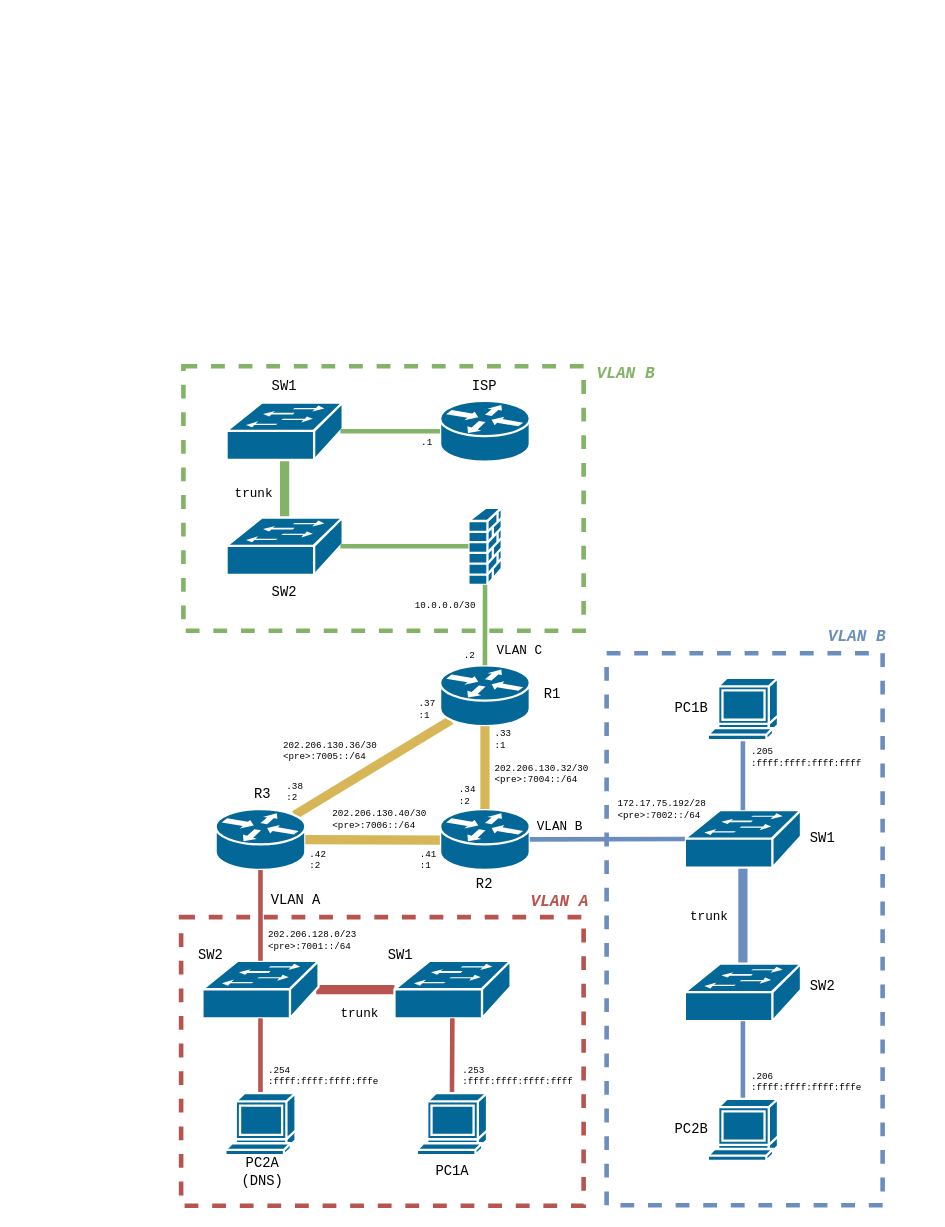
This is l3_topologie_s_adresami.drawio from phatt-23/web, a draw.io file, before an edit. Source tidied: cells renumbered, new cells numbered last; positions are measured from the earlier drawing's top-left corner, leaving out a move shared by most shapes. Both pictures are drawn from the tidied source at 115%, with x=0, y=0 at pixel (176, 356).
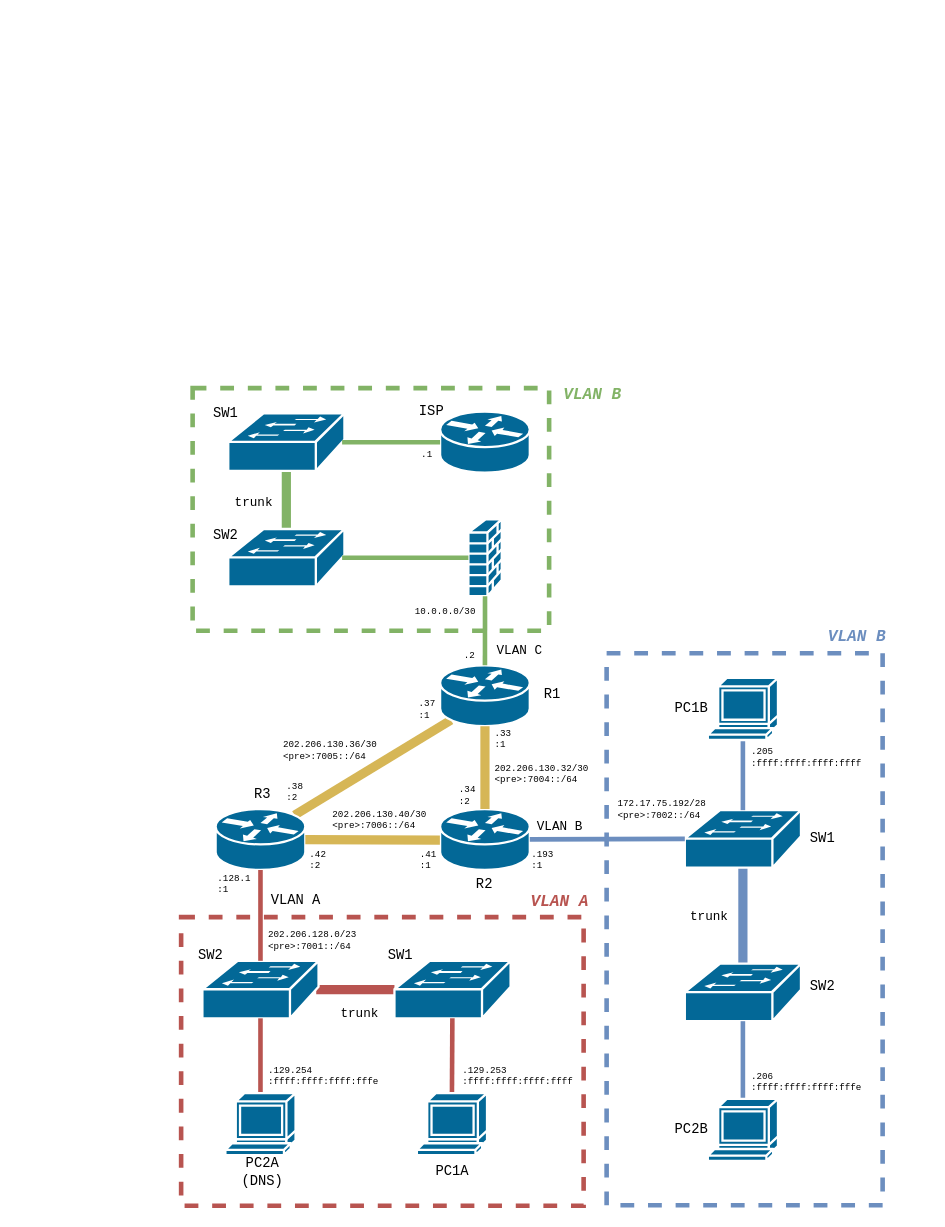
Above is the later version.

Diff of the diagram source:
```diff
@@
     <mxCell id="3" style="rounded=0;whiteSpace=wrap;html=1;fillColor=none;strokeWidth=4;dashed=1;strokeColor=#82b366;" parent="1" vertex="1">
-      <mxGeometry x="6" y="8" width="348" height="230" as="geometry" />
+      <mxGeometry x="14" y="27" width="310" height="211" as="geometry" />
     </mxCell>
@@
     <mxCell id="8" style="shape=mxgraph.cisco.security.firewall;sketch=0;html=1;dashed=0;fillColor=#036897;strokeColor=#ffffff;strokeWidth=2;verticalLabelPosition=bottom;verticalAlign=top;align=center;outlineConnect=0;" parent="1" vertex="1">
-      <mxGeometry x="253.8" y="131" width="29" height="67" as="geometry" />
+      <mxGeometry x="253.8" y="141" width="29" height="67" as="geometry" />
     </mxCell>
@@
     <mxCell id="10" style="shape=mxgraph.cisco.switches.workgroup_switch;sketch=0;html=1;dashed=0;fillColor=#036897;strokeColor=#ffffff;strokeWidth=2;verticalLabelPosition=bottom;verticalAlign=top;align=center;outlineConnect=0;" parent="1" vertex="1">
-      <mxGeometry x="43.5" y="39.5" width="101" height="50" as="geometry" />
+      <mxGeometry x="45" y="49" width="101" height="50" as="geometry" />
     </mxCell>
     <mxCell id="11" style="shape=mxgraph.cisco.switches.workgroup_switch;sketch=0;html=1;dashed=0;fillColor=#036897;strokeColor=#ffffff;strokeWidth=2;verticalLabelPosition=bottom;verticalAlign=top;align=center;outlineConnect=0;" parent="1" vertex="1">
-      <mxGeometry x="43.5" y="139.5" width="101" height="50" as="geometry" />
+      <mxGeometry x="45" y="149.5" width="101" height="50" as="geometry" />
     </mxCell>
     <mxCell id="12" style="shape=mxgraph.cisco.routers.router;sketch=0;html=1;dashed=0;fillColor=#036897;strokeColor=#ffffff;strokeWidth=2;verticalLabelPosition=bottom;verticalAlign=top;align=center;outlineConnect=0;" parent="1" vertex="1">
-      <mxGeometry x="229.2" y="38" width="78" height="53" as="geometry" />
+      <mxGeometry x="229.2" y="47.5" width="78" height="53" as="geometry" />
     </mxCell>
@@
     <mxCell id="42" value="&lt;pre style=&quot;font-size: 14px;&quot;&gt;&lt;font color=&quot;#82b366&quot;&gt;&lt;b&gt;&lt;i&gt;VLAN B&lt;br&gt;&lt;/i&gt;&lt;/b&gt;&lt;/font&gt;&lt;/pre&gt;" style="text;html=1;align=center;verticalAlign=middle;whiteSpace=wrap;rounded=0;strokeWidth=1;" parent="1" vertex="1">
-      <mxGeometry x="360" width="62" height="29" as="geometry" />
+      <mxGeometry x="331" y="18" width="62" height="29" as="geometry" />
     </mxCell>
@@
     <mxCell id="50" value="&lt;pre&gt;trunk&lt;/pre&gt;" style="edgeLabel;html=1;align=center;verticalAlign=middle;labelBackgroundColor=none;" parent="1" vertex="1">
-      <mxGeometry x="73" y="123" as="geometry">
+      <mxGeometry x="73" y="131" as="geometry">
         <mxPoint x="-7" y="-5" as="offset" />
       </mxGeometry>
     </mxCell>
     <mxCell id="51" value="&lt;pre&gt;SW2&lt;/pre&gt;" style="text;html=1;align=center;verticalAlign=middle;whiteSpace=wrap;rounded=0;" parent="1" vertex="1">
-      <mxGeometry x="64" y="189.5" width="60" height="30" as="geometry" />
+      <mxGeometry x="13" y="141" width="60" height="30" as="geometry" />
     </mxCell>
     <mxCell id="52" value="&lt;pre&gt;SW1&lt;br&gt;&lt;/pre&gt;" style="text;html=1;align=center;verticalAlign=middle;whiteSpace=wrap;rounded=0;" parent="1" vertex="1">
-      <mxGeometry x="64" y="11" width="60" height="30" as="geometry" />
+      <mxGeometry x="13" y="35" width="60" height="30" as="geometry" />
     </mxCell>
@@
     <mxCell id="57" value="&lt;p style=&quot;line-height: 120%;&quot;&gt;&lt;/p&gt;&lt;pre&gt;ISP&lt;/pre&gt;" style="text;html=1;align=center;verticalAlign=middle;whiteSpace=wrap;rounded=0;" parent="1" vertex="1">
-      <mxGeometry x="238.2" y="11" width="60" height="30" as="geometry" />
+      <mxGeometry x="192" y="33" width="60" height="30" as="geometry" />
     </mxCell>
     <mxCell id="58" value="&lt;pre style=&quot;font-size: 11px;&quot;&gt;&lt;font style=&quot;font-size: 8px;&quot;&gt;.1&lt;/font&gt;&lt;/pre&gt;" style="text;html=1;align=center;verticalAlign=middle;whiteSpace=wrap;rounded=0;" parent="1" vertex="1">
-      <mxGeometry x="188" y="59" width="60" height="30" as="geometry" />
+      <mxGeometry x="188" y="69" width="60" height="30" as="geometry" />
     </mxCell>
@@
-    <mxCell id="60" value="&lt;div align=&quot;left&quot;&gt;&lt;pre style=&quot;font-size: 8px;&quot;&gt;&lt;font style=&quot;font-size: 8px;&quot;&gt;.253&lt;br&gt;:ffff:ffff:ffff:ffff&lt;/font&gt;&lt;/pre&gt;&lt;/div&gt;" style="text;html=1;align=left;verticalAlign=middle;whiteSpace=wrap;rounded=0;" parent="1" vertex="1">
+    <mxCell id="60" value="&lt;div align=&quot;left&quot;&gt;&lt;pre style=&quot;font-size: 8px;&quot;&gt;&lt;font style=&quot;font-size: 8px;&quot;&gt;.129.253&lt;br&gt;:ffff:ffff:ffff:ffff&lt;/font&gt;&lt;/pre&gt;&lt;/div&gt;" style="text;html=1;align=left;verticalAlign=middle;whiteSpace=wrap;rounded=0;" parent="1" vertex="1">
       <mxGeometry x="247" y="610" width="150" height="30" as="geometry" />
     </mxCell>
@@
-    <mxCell id="62" value="&lt;div align=&quot;left&quot;&gt;&lt;pre style=&quot;font-size: 8px;&quot;&gt;&lt;font style=&quot;font-size: 8px;&quot;&gt;.254&lt;br&gt;&lt;font style=&quot;font-size: 8px;&quot;&gt;:ffff:ffff:ffff:fffe&lt;/font&gt;&lt;/font&gt;&lt;/pre&gt;&lt;/div&gt;" style="text;html=1;align=left;verticalAlign=middle;whiteSpace=wrap;rounded=0;" parent="1" vertex="1">
+    <mxCell id="62" value="&lt;div align=&quot;left&quot;&gt;&lt;pre style=&quot;font-size: 8px;&quot;&gt;&lt;font style=&quot;font-size: 8px;&quot;&gt;.129.254&lt;br&gt;&lt;font style=&quot;font-size: 8px;&quot;&gt;:ffff:ffff:ffff:fffe&lt;/font&gt;&lt;/font&gt;&lt;/pre&gt;&lt;/div&gt;" style="text;html=1;align=left;verticalAlign=middle;whiteSpace=wrap;rounded=0;" parent="1" vertex="1">
       <mxGeometry x="78" y="610" width="154" height="30" as="geometry" />
     </mxCell>
@@
     <mxCell id="75" value="&lt;pre style=&quot;font-size: 11px;&quot;&gt;&lt;font style=&quot;font-size: 8px;&quot;&gt;10.0.0.0/30&lt;/font&gt;&lt;/pre&gt;" style="text;html=1;align=center;verticalAlign=middle;whiteSpace=wrap;rounded=0;" parent="1" vertex="1">
-      <mxGeometry x="204" y="201" width="60" height="30" as="geometry" />
+      <mxGeometry x="204" y="206" width="60" height="30" as="geometry" />
     </mxCell>
+    <mxCell id="76" value="&amp;nbsp;" style="text;whiteSpace=wrap;html=1;" parent="1" vertex="1">
+      <mxGeometry x="-136" y="-293" width="40" height="40" as="geometry" />
+    </mxCell>
+    <mxCell id="77" value="&lt;div align=&quot;left&quot;&gt;&lt;pre style=&quot;font-size: 8px;&quot;&gt;&lt;font style=&quot;font-size: 8px;&quot;&gt;.193&lt;br&gt;&lt;/font&gt;&lt;font style=&quot;font-size: 8px;&quot;&gt;:1&lt;/font&gt;&lt;/pre&gt;&lt;/div&gt;" style="text;html=1;align=left;verticalAlign=middle;whiteSpace=wrap;rounded=0;" parent="1" vertex="1">
+      <mxGeometry x="307.2" y="422" width="154" height="30" as="geometry" />
+    </mxCell>
+    <mxCell id="78" value="&lt;div align=&quot;left&quot;&gt;&lt;pre style=&quot;font-size: 8px;&quot;&gt;&lt;font style=&quot;font-size: 8px;&quot;&gt;.128.1&lt;br&gt;&lt;/font&gt;&lt;font style=&quot;font-size: 8px;&quot;&gt;:1&lt;/font&gt;&lt;/pre&gt;&lt;/div&gt;" style="text;html=1;align=left;verticalAlign=middle;whiteSpace=wrap;rounded=0;" parent="1" vertex="1">
+      <mxGeometry x="34" y="443" width="154" height="30" as="geometry" />
+    </mxCell>
```
